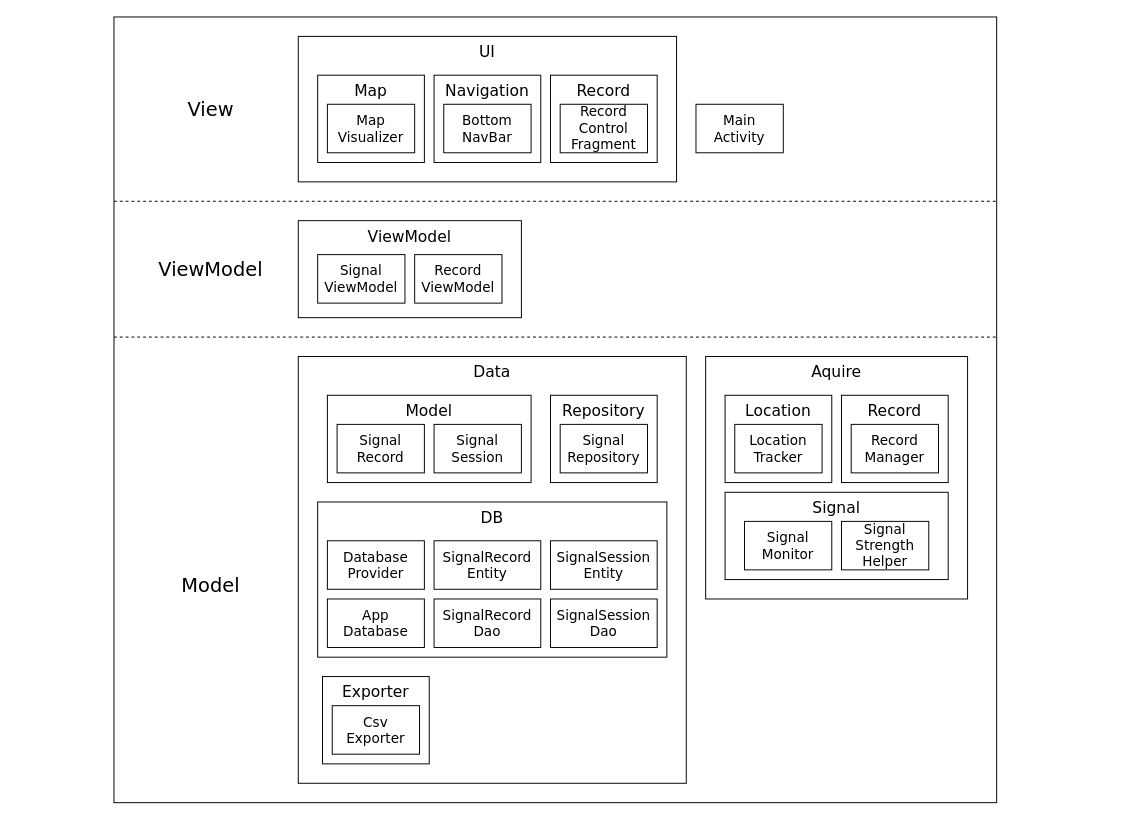
The draw.io diagram docs/project_architecture.drawio in yhames/RsrpAnalyzer, before the edit. Source tidied: cells renumbered, new cells numbered last; positions are measured from the earlier drawing's top-left corner, leaving out a move shared by most shapes. Both pictures are drawn from the tidied source at 97%, with x=0, y=0 at pixel (113, 16).
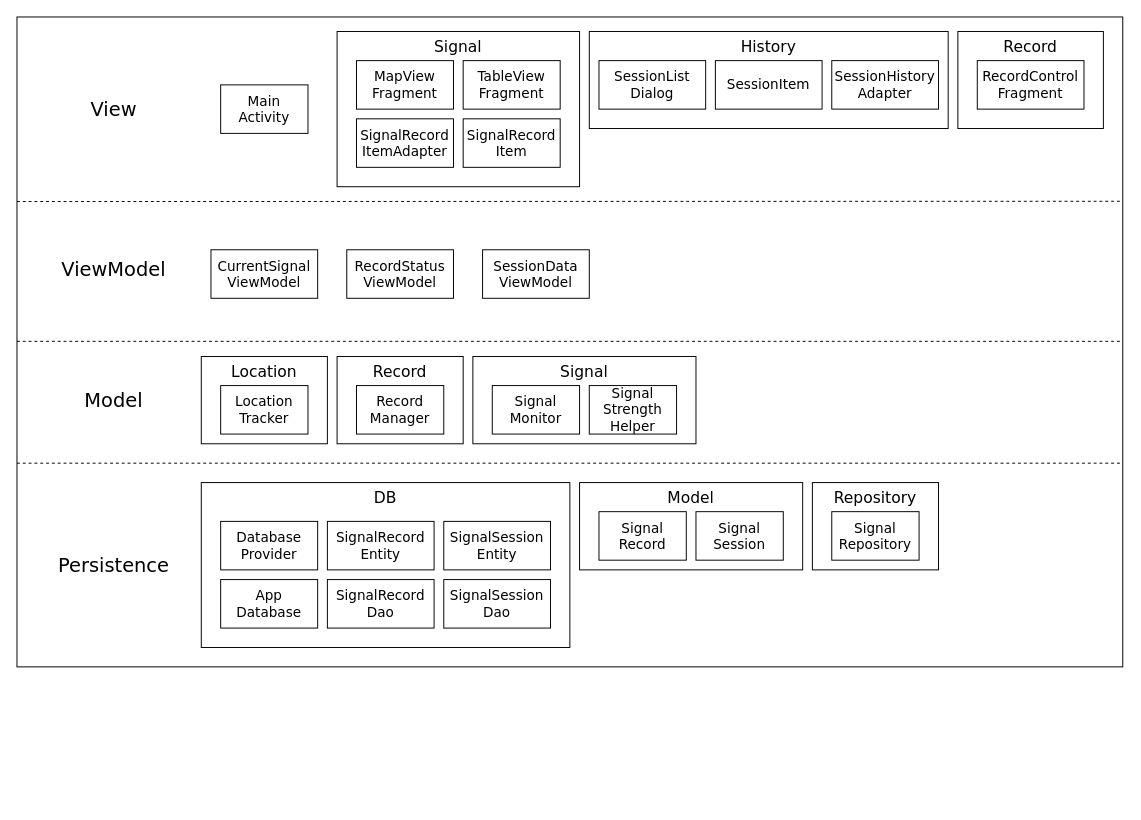
After the change.

What changed in the source:
```diff
@@
     <mxCell id="2" style="rounded=0;whiteSpace=wrap;html=1;" parent="1" vertex="1">
-      <mxGeometry width="910" height="810" as="geometry" />
+      <mxGeometry x="-100" width="1140" height="670" as="geometry" />
     </mxCell>
-    <mxCell id="3" value="ViewModel" style="rounded=0;whiteSpace=wrap;html=1;fontSize=16;fontFamily=Verdana;verticalAlign=top;" parent="1" vertex="1">
-      <mxGeometry x="190" y="210" width="230" height="100" as="geometry" />
-    </mxCell>
-    <mxCell id="4" value="UI" style="rounded=0;whiteSpace=wrap;html=1;fontSize=16;fontFamily=Verdana;align=center;verticalAlign=top;" parent="1" vertex="1">
-      <mxGeometry x="190" y="20" width="390" height="150" as="geometry" />
-    </mxCell>
-    <mxCell id="5" value="Data" style="rounded=0;whiteSpace=wrap;html=1;fontSize=16;fontFamily=Verdana;verticalAlign=top;" parent="1" vertex="1">
-      <mxGeometry x="190" y="350" width="400" height="440" as="geometry" />
-    </mxCell>
-    <mxCell id="6" value="Aquire" style="rounded=0;whiteSpace=wrap;html=1;fontSize=16;fontFamily=Verdana;verticalAlign=top;" parent="1" vertex="1">
-      <mxGeometry x="610" y="350" width="270" height="250" as="geometry" />
-    </mxCell>
     <mxCell id="7" value="DB" style="rounded=0;whiteSpace=wrap;html=1;fontSize=16;fontFamily=Verdana;verticalAlign=top;" parent="1" vertex="1">
-      <mxGeometry x="210" y="500" width="360" height="160" as="geometry" />
+      <mxGeometry x="90" y="480" width="380" height="170" as="geometry" />
     </mxCell>
     <mxCell id="8" value="Model" style="rounded=0;whiteSpace=wrap;html=1;fontSize=16;fontFamily=Verdana;verticalAlign=top;" parent="1" vertex="1">
-      <mxGeometry x="220" y="390" width="210" height="90" as="geometry" />
+      <mxGeometry x="480" y="480" width="230" height="90" as="geometry" />
     </mxCell>
     <mxCell id="9" value="Repository" style="rounded=0;whiteSpace=wrap;html=1;fontSize=16;fontFamily=Verdana;verticalAlign=top;" parent="1" vertex="1">
-      <mxGeometry x="450" y="390" width="110" height="90" as="geometry" />
+      <mxGeometry x="720" y="480" width="130" height="90" as="geometry" />
     </mxCell>
-    <mxCell id="10" value="Exporter" style="rounded=0;whiteSpace=wrap;html=1;fontSize=16;fontFamily=Verdana;verticalAlign=top;" parent="1" vertex="1">
-      <mxGeometry x="215" y="680" width="110" height="90" as="geometry" />
-    </mxCell>
     <mxCell id="11" value="Record" style="rounded=0;whiteSpace=wrap;html=1;fontSize=16;fontFamily=Verdana;verticalAlign=top;" parent="1" vertex="1">
-      <mxGeometry x="750" y="390" width="110" height="90" as="geometry" />
+      <mxGeometry x="230" y="350" width="130" height="90" as="geometry" />
     </mxCell>
     <mxCell id="12" value="Location" style="rounded=0;whiteSpace=wrap;html=1;fontSize=16;fontFamily=Verdana;verticalAlign=top;" parent="1" vertex="1">
-      <mxGeometry x="630" y="390" width="110" height="90" as="geometry" />
+      <mxGeometry x="90" y="350" width="130" height="90" as="geometry" />
     </mxCell>
     <mxCell id="13" value="Signal&lt;div&gt;Record&lt;/div&gt;" style="rounded=0;whiteSpace=wrap;html=1;fontSize=14;fontFamily=Verdana;verticalAlign=middle;" parent="1" vertex="1">
-      <mxGeometry x="230" y="420" width="90" height="50" as="geometry" />
+      <mxGeometry x="500" y="510" width="90" height="50" as="geometry" />
     </mxCell>
     <mxCell id="14" value="Signal&lt;div&gt;Repository&lt;/div&gt;" style="rounded=0;whiteSpace=wrap;html=1;fontSize=14;fontFamily=Verdana;verticalAlign=middle;" parent="1" vertex="1">
-      <mxGeometry x="460" y="420" width="90" height="50" as="geometry" />
+      <mxGeometry x="740" y="510" width="90" height="50" as="geometry" />
     </mxCell>
-    <mxCell id="15" value="Csv&lt;div&gt;Exporter&lt;/div&gt;" style="rounded=0;whiteSpace=wrap;html=1;fontSize=14;fontFamily=Verdana;verticalAlign=middle;" parent="1" vertex="1">
-      <mxGeometry x="225" y="710" width="90" height="50" as="geometry" />
-    </mxCell>
     <mxCell id="16" value="App&lt;div&gt;Database&lt;/div&gt;" style="rounded=0;whiteSpace=wrap;html=1;fontSize=14;fontFamily=Verdana;verticalAlign=middle;" parent="1" vertex="1">
-      <mxGeometry x="220" y="600" width="100" height="50" as="geometry" />
+      <mxGeometry x="110" y="580" width="100" height="50" as="geometry" />
     </mxCell>
     <mxCell id="17" value="Signal&lt;span style=&quot;background-color: transparent; color: light-dark(rgb(0, 0, 0), rgb(255, 255, 255));&quot;&gt;Record&lt;/span&gt;&lt;div&gt;&lt;span style=&quot;background-color: transparent; color: light-dark(rgb(0, 0, 0), rgb(255, 255, 255));&quot;&gt;Dao&lt;/span&gt;&lt;/div&gt;" style="rounded=0;whiteSpace=wrap;html=1;fontSize=14;fontFamily=Verdana;verticalAlign=middle;" parent="1" vertex="1">
-      <mxGeometry x="330" y="600" width="110" height="50" as="geometry" />
+      <mxGeometry x="220" y="580" width="110" height="50" as="geometry" />
     </mxCell>
     <mxCell id="18" value="SignalRecord&lt;div&gt;Entity&lt;/div&gt;" style="rounded=0;whiteSpace=wrap;html=1;fontSize=14;fontFamily=Verdana;verticalAlign=middle;" parent="1" vertex="1">
-      <mxGeometry x="330" y="540" width="110" height="50" as="geometry" />
+      <mxGeometry x="220" y="520" width="110" height="50" as="geometry" />
     </mxCell>
     <mxCell id="19" value="Signal&lt;div&gt;Session&lt;/div&gt;" style="rounded=0;whiteSpace=wrap;html=1;fontSize=14;fontFamily=Verdana;verticalAlign=middle;" parent="1" vertex="1">
-      <mxGeometry x="330" y="420" width="90" height="50" as="geometry" />
+      <mxGeometry x="600" y="510" width="90" height="50" as="geometry" />
     </mxCell>
     <mxCell id="20" value="SignalSession&lt;div&gt;&lt;span style=&quot;background-color: transparent; color: light-dark(rgb(0, 0, 0), rgb(255, 255, 255));&quot;&gt;Dao&lt;/span&gt;&lt;/div&gt;" style="rounded=0;whiteSpace=wrap;html=1;fontSize=14;fontFamily=Verdana;verticalAlign=middle;" parent="1" vertex="1">
-      <mxGeometry x="450" y="600" width="110" height="50" as="geometry" />
+      <mxGeometry x="340" y="580" width="110" height="50" as="geometry" />
     </mxCell>
     <mxCell id="21" value="SignalSession&lt;div&gt;Entity&lt;/div&gt;" style="rounded=0;whiteSpace=wrap;html=1;fontSize=14;fontFamily=Verdana;verticalAlign=middle;" parent="1" vertex="1">
-      <mxGeometry x="450" y="540" width="110" height="50" as="geometry" />
+      <mxGeometry x="340" y="520" width="110" height="50" as="geometry" />
     </mxCell>
     <mxCell id="22" value="Database&lt;div&gt;Provider&lt;/div&gt;" style="rounded=0;whiteSpace=wrap;html=1;fontSize=14;fontFamily=Verdana;verticalAlign=middle;" parent="1" vertex="1">
-      <mxGeometry x="220" y="540" width="100" height="50" as="geometry" />
+      <mxGeometry x="110" y="520" width="100" height="50" as="geometry" />
     </mxCell>
     <mxCell id="23" value="Location&lt;div&gt;Tracker&lt;/div&gt;" style="rounded=0;whiteSpace=wrap;html=1;fontSize=14;fontFamily=Verdana;verticalAlign=middle;" parent="1" vertex="1">
-      <mxGeometry x="640" y="420" width="90" height="50" as="geometry" />
+      <mxGeometry x="110" y="380" width="90" height="50" as="geometry" />
     </mxCell>
     <mxCell id="24" value="Signal" style="rounded=0;whiteSpace=wrap;html=1;fontSize=16;fontFamily=Verdana;verticalAlign=top;" parent="1" vertex="1">
-      <mxGeometry x="630" y="490" width="230" height="90" as="geometry" />
+      <mxGeometry x="370" y="350" width="230" height="90" as="geometry" />
     </mxCell>
     <mxCell id="25" value="Record&lt;div&gt;Manager&lt;/div&gt;" style="rounded=0;whiteSpace=wrap;html=1;fontSize=14;fontFamily=Verdana;verticalAlign=middle;" parent="1" vertex="1">
-      <mxGeometry x="760" y="420" width="90" height="50" as="geometry" />
+      <mxGeometry x="250" y="380" width="90" height="50" as="geometry" />
     </mxCell>
     <mxCell id="26" value="Signal&lt;div&gt;Monitor&lt;/div&gt;" style="rounded=0;whiteSpace=wrap;html=1;fontSize=14;fontFamily=Verdana;verticalAlign=middle;" parent="1" vertex="1">
-      <mxGeometry x="650" y="520" width="90" height="50" as="geometry" />
+      <mxGeometry x="390" y="380" width="90" height="50" as="geometry" />
     </mxCell>
     <mxCell id="27" value="Signal&lt;div&gt;Strength&lt;/div&gt;&lt;div&gt;Helper&lt;/div&gt;" style="rounded=0;whiteSpace=wrap;html=1;fontSize=14;fontFamily=Verdana;verticalAlign=middle;" parent="1" vertex="1">
-      <mxGeometry x="750" y="520" width="90" height="50" as="geometry" />
+      <mxGeometry x="490" y="380" width="90" height="50" as="geometry" />
     </mxCell>
-    <mxCell id="28" value="Signal&lt;div&gt;ViewModel&lt;/div&gt;" style="rounded=0;whiteSpace=wrap;html=1;fontSize=14;fontFamily=Verdana;verticalAlign=middle;" parent="1" vertex="1">
-      <mxGeometry x="210" y="245" width="90" height="50" as="geometry" />
+    <mxCell id="28" value="CurrentSignal&lt;div&gt;ViewModel&lt;/div&gt;" style="rounded=0;whiteSpace=wrap;html=1;fontSize=14;fontFamily=Verdana;verticalAlign=middle;" parent="1" vertex="1">
+      <mxGeometry x="100" y="240" width="110" height="50" as="geometry" />
     </mxCell>
-    <mxCell id="29" value="Record&lt;div&gt;ViewModel&lt;/div&gt;" style="rounded=0;whiteSpace=wrap;html=1;fontSize=14;fontFamily=Verdana;verticalAlign=middle;" parent="1" vertex="1">
-      <mxGeometry x="310" y="245" width="90" height="50" as="geometry" />
+    <mxCell id="29" value="RecordStatus&lt;div&gt;ViewModel&lt;/div&gt;" style="rounded=0;whiteSpace=wrap;html=1;fontSize=14;fontFamily=Verdana;verticalAlign=middle;" parent="1" vertex="1">
+      <mxGeometry x="240" y="240" width="110" height="50" as="geometry" />
     </mxCell>
-    <mxCell id="30" value="Map" style="rounded=0;whiteSpace=wrap;html=1;fontSize=16;fontFamily=Verdana;verticalAlign=top;" parent="1" vertex="1">
-      <mxGeometry x="210" y="60" width="110" height="90" as="geometry" />
-    </mxCell>
-    <mxCell id="31" value="Navigation" style="rounded=0;whiteSpace=wrap;html=1;fontSize=16;fontFamily=Verdana;verticalAlign=top;" parent="1" vertex="1">
-      <mxGeometry x="330" y="60" width="110" height="90" as="geometry" />
-    </mxCell>
-    <mxCell id="32" value="Record" style="rounded=0;whiteSpace=wrap;html=1;fontSize=16;fontFamily=Verdana;verticalAlign=top;" parent="1" vertex="1">
-      <mxGeometry x="450" y="60" width="110" height="90" as="geometry" />
-    </mxCell>
-    <mxCell id="33" value="Map&lt;div&gt;Visualizer&lt;/div&gt;" style="rounded=0;whiteSpace=wrap;html=1;fontSize=14;fontFamily=Verdana;verticalAlign=middle;" parent="1" vertex="1">
-      <mxGeometry x="220" y="90" width="90" height="50" as="geometry" />
-    </mxCell>
-    <mxCell id="34" value="Bottom&lt;div&gt;NavBar&lt;/div&gt;" style="rounded=0;whiteSpace=wrap;html=1;fontSize=14;fontFamily=Verdana;verticalAlign=middle;" parent="1" vertex="1">
-      <mxGeometry x="340" y="90" width="90" height="50" as="geometry" />
-    </mxCell>
-    <mxCell id="35" value="Record&lt;div&gt;Control&lt;div&gt;Fragment&lt;/div&gt;&lt;/div&gt;" style="rounded=0;whiteSpace=wrap;html=1;fontSize=14;fontFamily=Verdana;verticalAlign=middle;" parent="1" vertex="1">
-      <mxGeometry x="460" y="90" width="90" height="50" as="geometry" />
-    </mxCell>
-    <mxCell id="36" style="endArrow=none;dashed=1;html=1;rounded=0;exitX=0;exitY=0.25;exitDx=0;exitDy=0;entryX=1;entryY=0.25;entryDx=0;entryDy=0;" parent="1" edge="1">
+    <mxCell id="36" style="endArrow=none;dashed=1;html=1;rounded=0;exitX=0;exitY=0.284;exitDx=0;exitDy=0;entryX=1;entryY=0.25;entryDx=0;entryDy=0;exitPerimeter=0;" parent="1" edge="1" source="2">
       <mxGeometry relative="1" as="geometry">
-        <mxPoint y="190" as="sourcePoint" />
-        <mxPoint x="910" y="190" as="targetPoint" />
+        <mxPoint x="1040" y="190" as="targetPoint" />
       </mxGeometry>
     </mxCell>
-    <mxCell id="37" style="endArrow=none;dashed=1;html=1;rounded=0;exitX=0;exitY=0.5;exitDx=0;exitDy=0;entryX=1;entryY=0.5;entryDx=0;entryDy=0;" parent="1" edge="1">
-      <mxGeometry relative="1" as="geometry">
-        <mxPoint y="330" as="sourcePoint" />
-        <mxPoint x="910" y="330" as="targetPoint" />
-      </mxGeometry>
-    </mxCell>
     <mxCell id="38" value="Main&lt;div&gt;Activity&lt;/div&gt;" style="rounded=0;whiteSpace=wrap;html=1;fontSize=14;fontFamily=Verdana;verticalAlign=middle;" parent="1" vertex="1">
-      <mxGeometry x="600" y="90" width="90" height="50" as="geometry" />
+      <mxGeometry x="110" y="70" width="90" height="50" as="geometry" />
     </mxCell>
     <mxCell id="39" value="View" style="text;html=1;whiteSpace=wrap;strokeColor=none;fillColor=none;align=center;verticalAlign=middle;rounded=0;fontFamily=Verdana;fontSize=20;" parent="1" vertex="1">
-      <mxGeometry x="70" y="80" width="60" height="30" as="geometry" />
+      <mxGeometry x="-30" y="80" width="60" height="30" as="geometry" />
     </mxCell>
     <mxCell id="40" value="ViewModel" style="text;html=1;whiteSpace=wrap;strokeColor=none;fillColor=none;align=center;verticalAlign=middle;rounded=0;fontFamily=Verdana;fontSize=20;" parent="1" vertex="1">
-      <mxGeometry x="40" y="245" width="120" height="30" as="geometry" />
+      <mxGeometry x="-60" y="245" width="120" height="30" as="geometry" />
     </mxCell>
     <mxCell id="41" value="Model" style="text;html=1;whiteSpace=wrap;strokeColor=none;fillColor=none;align=center;verticalAlign=middle;rounded=0;fontFamily=Verdana;fontSize=20;" parent="1" vertex="1">
-      <mxGeometry x="40" y="570" width="120" height="30" as="geometry" />
+      <mxGeometry x="-60" y="380" width="120" height="30" as="geometry" />
     </mxCell>
+    <mxCell id="42" value="Persistence" style="text;html=1;whiteSpace=wrap;strokeColor=none;fillColor=none;align=center;verticalAlign=middle;rounded=0;fontFamily=Verdana;fontSize=20;" parent="1" vertex="1">
+      <mxGeometry x="-60" y="550" width="120" height="30" as="geometry" />
+    </mxCell>
+    <mxCell id="43" value="SessionData&lt;div&gt;ViewModel&lt;/div&gt;" style="rounded=0;whiteSpace=wrap;html=1;fontSize=14;fontFamily=Verdana;verticalAlign=middle;" parent="1" vertex="1">
+      <mxGeometry x="380" y="240" width="110" height="50" as="geometry" />
+    </mxCell>
+    <mxCell id="44" value="History" style="rounded=0;whiteSpace=wrap;html=1;fontSize=16;fontFamily=Verdana;verticalAlign=top;" parent="1" vertex="1">
+      <mxGeometry x="490" y="15" width="370" height="100" as="geometry" />
+    </mxCell>
+    <mxCell id="45" value="SessionHistory&lt;div&gt;Adapter&lt;/div&gt;" style="rounded=0;whiteSpace=wrap;html=1;fontSize=14;fontFamily=Verdana;verticalAlign=middle;" parent="1" vertex="1">
+      <mxGeometry x="740" y="45" width="110" height="50" as="geometry" />
+    </mxCell>
+    <mxCell id="46" value="SessionItem" style="rounded=0;whiteSpace=wrap;html=1;fontSize=14;fontFamily=Verdana;verticalAlign=middle;" parent="1" vertex="1">
+      <mxGeometry x="620" y="45" width="110" height="50" as="geometry" />
+    </mxCell>
+    <mxCell id="47" value="SessionList&lt;div&gt;Dialog&lt;/div&gt;" style="rounded=0;whiteSpace=wrap;html=1;fontSize=14;fontFamily=Verdana;verticalAlign=middle;" parent="1" vertex="1">
+      <mxGeometry x="500" y="45" width="110" height="50" as="geometry" />
+    </mxCell>
+    <mxCell id="32" value="Record" style="rounded=0;whiteSpace=wrap;html=1;fontSize=16;fontFamily=Verdana;verticalAlign=top;" parent="1" vertex="1">
+      <mxGeometry x="870" y="15" width="150" height="100" as="geometry" />
+    </mxCell>
+    <mxCell id="48" value="RecordControl&lt;div&gt;Fragment&lt;/div&gt;" style="rounded=0;whiteSpace=wrap;html=1;fontSize=14;fontFamily=Verdana;verticalAlign=middle;" parent="1" vertex="1">
+      <mxGeometry x="890" y="45" width="110" height="50" as="geometry" />
+    </mxCell>
+    <mxCell id="49" value="Signal" style="rounded=0;whiteSpace=wrap;html=1;fontSize=16;fontFamily=Verdana;verticalAlign=top;" parent="1" vertex="1">
+      <mxGeometry x="230" y="15" width="250" height="160" as="geometry" />
+    </mxCell>
+    <mxCell id="50" value="MapView&lt;div&gt;Fragment&lt;/div&gt;" style="rounded=0;whiteSpace=wrap;html=1;fontSize=14;fontFamily=Verdana;verticalAlign=middle;" parent="1" vertex="1">
+      <mxGeometry x="250" y="45" width="100" height="50" as="geometry" />
+    </mxCell>
+    <mxCell id="51" value="TableView&lt;div&gt;Fragment&lt;/div&gt;" style="rounded=0;whiteSpace=wrap;html=1;fontSize=14;fontFamily=Verdana;verticalAlign=middle;" parent="1" vertex="1">
+      <mxGeometry x="360" y="45" width="100" height="50" as="geometry" />
+    </mxCell>
+    <mxCell id="52" value="SignalRecord&lt;div&gt;Item&lt;/div&gt;" style="rounded=0;whiteSpace=wrap;html=1;fontSize=14;fontFamily=Verdana;verticalAlign=middle;" parent="1" vertex="1">
+      <mxGeometry x="360" y="105" width="100" height="50" as="geometry" />
+    </mxCell>
+    <mxCell id="53" value="SignalRecord&lt;div&gt;ItemAdapter&lt;/div&gt;" style="rounded=0;whiteSpace=wrap;html=1;fontSize=14;fontFamily=Verdana;verticalAlign=middle;" parent="1" vertex="1">
+      <mxGeometry x="250" y="105" width="100" height="50" as="geometry" />
+    </mxCell>
+    <mxCell id="54" style="endArrow=none;dashed=1;html=1;rounded=0;exitX=0;exitY=0.284;exitDx=0;exitDy=0;entryX=1;entryY=0.25;entryDx=0;entryDy=0;exitPerimeter=0;" parent="1" edge="1">
+      <mxGeometry relative="1" as="geometry">
+        <mxPoint x="-100" y="334.4" as="sourcePoint" />
+        <mxPoint x="1040" y="334.4" as="targetPoint" />
+      </mxGeometry>
+    </mxCell>
+    <mxCell id="55" style="endArrow=none;dashed=1;html=1;rounded=0;exitX=0;exitY=0.284;exitDx=0;exitDy=0;entryX=1;entryY=0.25;entryDx=0;entryDy=0;exitPerimeter=0;" parent="1" edge="1">
+      <mxGeometry relative="1" as="geometry">
+        <mxPoint x="-100" y="460" as="sourcePoint" />
+        <mxPoint x="1040" y="460" as="targetPoint" />
+      </mxGeometry>
+    </mxCell>
```
